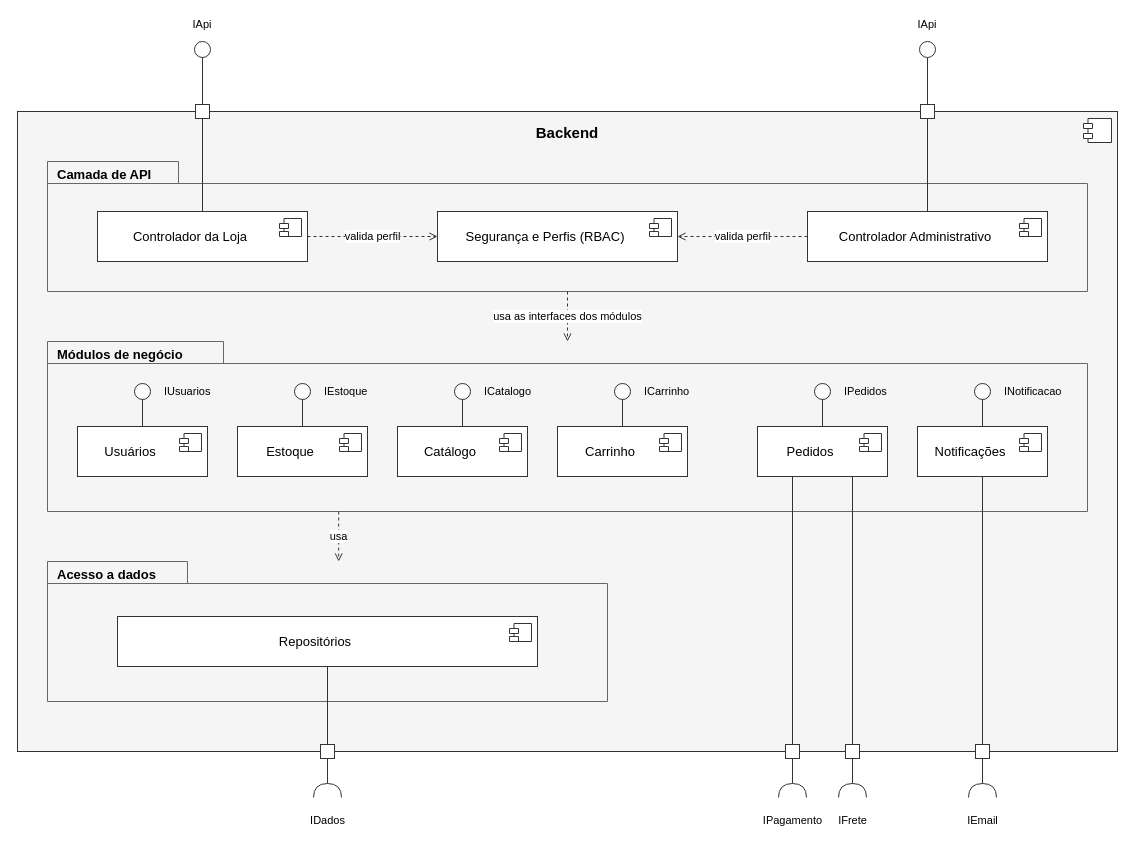
Earlier version of the draw.io diagram aps2/assets/CMP_Backend.drawio (gabrlou/modelagem-software). Source tidied: cells renumbered, new cells numbered last; positions are measured from the earlier drawing's top-left corner, leaving out a move shared by most shapes. Both pictures are drawn from the tidied source at 100%, with x=0, y=0 at pixel (17, 41).
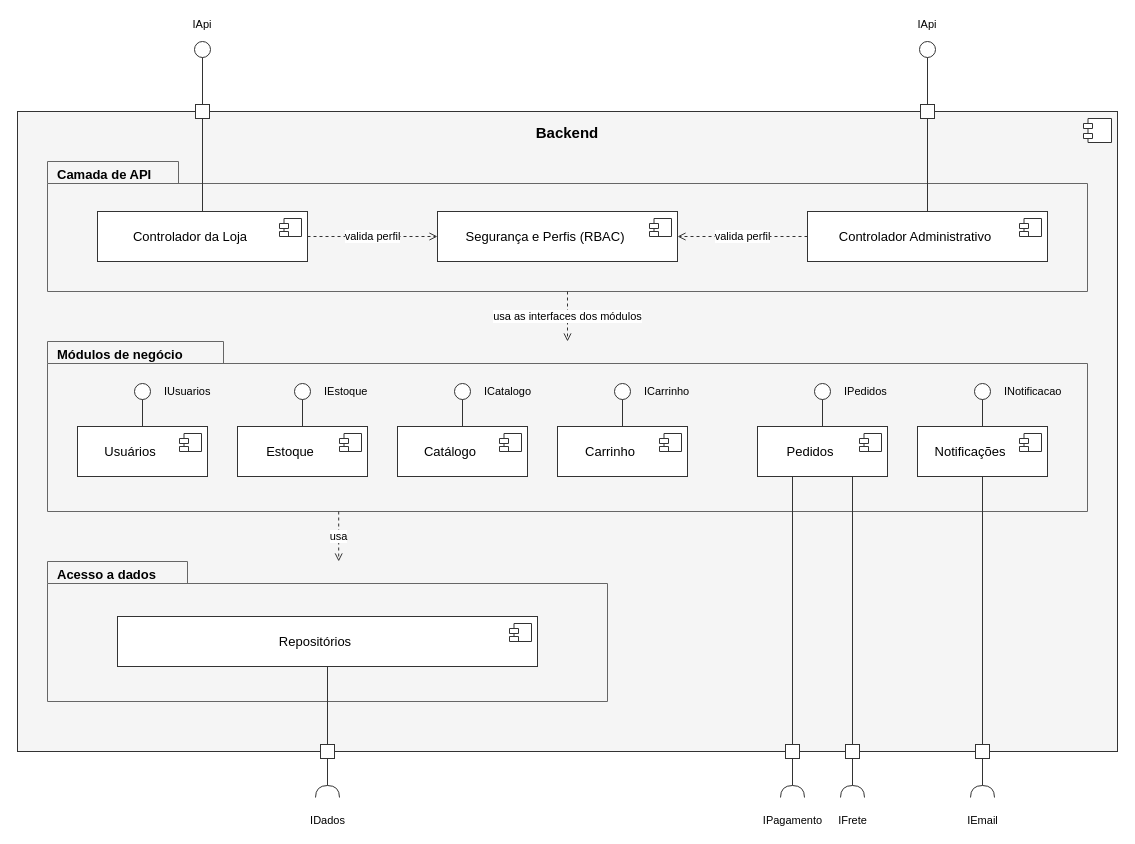
The same page after the edit.

The change refers to these unchanged cells:
```xml
<mxCell id="51" style="rounded=0;whiteSpace=wrap;html=1;fillColor=#FFFFFF;strokeColor=#333333;" parent="1" vertex="1">
  <mxGeometry x="303" y="703" width="14" height="14" as="geometry" />
</mxCell>
<mxCell id="53" style="ellipse;strokeColor=none;fillColor=none;" parent="1" vertex="1">
  <mxGeometry x="309" y="756" width="2" height="2" as="geometry" />
</mxCell>
<mxCell id="56" style="rounded=0;whiteSpace=wrap;html=1;fillColor=#FFFFFF;strokeColor=#333333;" parent="1" vertex="1">
  <mxGeometry x="768" y="703" width="14" height="14" as="geometry" />
</mxCell>
<mxCell id="58" style="ellipse;strokeColor=none;fillColor=none;" parent="1" vertex="1">
  <mxGeometry x="774" y="756" width="2" height="2" as="geometry" />
</mxCell>
<mxCell id="61" style="rounded=0;whiteSpace=wrap;html=1;fillColor=#FFFFFF;strokeColor=#333333;" parent="1" vertex="1">
  <mxGeometry x="828" y="703" width="14" height="14" as="geometry" />
</mxCell>
<mxCell id="63" style="ellipse;strokeColor=none;fillColor=none;" parent="1" vertex="1">
  <mxGeometry x="834" y="756" width="2" height="2" as="geometry" />
</mxCell>
<mxCell id="66" style="rounded=0;whiteSpace=wrap;html=1;fillColor=#FFFFFF;strokeColor=#333333;" parent="1" vertex="1">
  <mxGeometry x="958" y="703" width="14" height="14" as="geometry" />
</mxCell>
<mxCell id="68" style="ellipse;strokeColor=none;fillColor=none;" parent="1" vertex="1">
  <mxGeometry x="964" y="756" width="2" height="2" as="geometry" />
</mxCell>
```

Diff of the diagram source:
```diff
@@
-    <mxCell id="54" style="html=1;rounded=0;endArrow=halfCircle;endFill=0;endSize=12;strokeColor=#333333;edgeStyle=none;" parent="1" edge="1" source="51" target="53">
+    <mxCell id="54" style="html=1;rounded=0;endArrow=halfCircle;endFill=0;endSize=10;strokeColor=#333333;edgeStyle=none;" parent="1" edge="1" source="51" target="53">
       <mxGeometry relative="1" as="geometry" />
     </mxCell>
@@
-    <mxCell id="59" style="html=1;rounded=0;endArrow=halfCircle;endFill=0;endSize=12;strokeColor=#333333;edgeStyle=none;" parent="1" edge="1" source="56" target="58">
+    <mxCell id="59" style="html=1;rounded=0;endArrow=halfCircle;endFill=0;endSize=10;strokeColor=#333333;edgeStyle=none;" parent="1" edge="1" source="56" target="58">
       <mxGeometry relative="1" as="geometry" />
     </mxCell>
@@
-    <mxCell id="64" style="html=1;rounded=0;endArrow=halfCircle;endFill=0;endSize=12;strokeColor=#333333;edgeStyle=none;" parent="1" edge="1" source="61" target="63">
+    <mxCell id="64" style="html=1;rounded=0;endArrow=halfCircle;endFill=0;endSize=10;strokeColor=#333333;edgeStyle=none;" parent="1" edge="1" source="61" target="63">
       <mxGeometry relative="1" as="geometry" />
     </mxCell>
@@
-    <mxCell id="69" style="html=1;rounded=0;endArrow=halfCircle;endFill=0;endSize=12;strokeColor=#333333;edgeStyle=none;" parent="1" edge="1" source="66" target="68">
+    <mxCell id="69" style="html=1;rounded=0;endArrow=halfCircle;endFill=0;endSize=10;strokeColor=#333333;edgeStyle=none;" parent="1" edge="1" source="66" target="68">
       <mxGeometry relative="1" as="geometry" />
     </mxCell>
```
